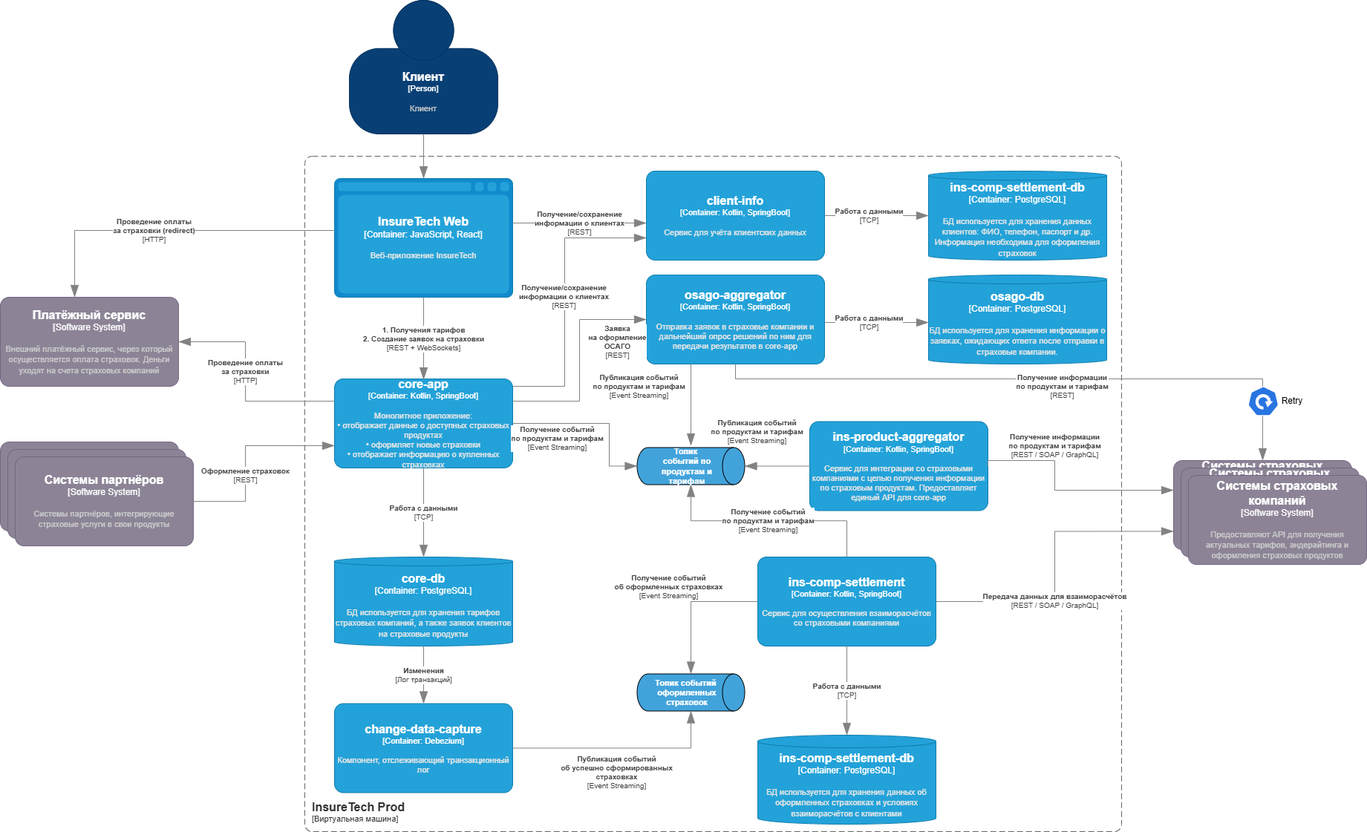
Above: Task4/InsureTech_C4_сontainer-diagram_task4.png in MaximStovba/architecture-insuretech (draw.io), before the change. Source tidied: cells renumbered, new cells last; positions are measured from the earlier drawing's top-left corner, leaving out a move shared by most shapes.
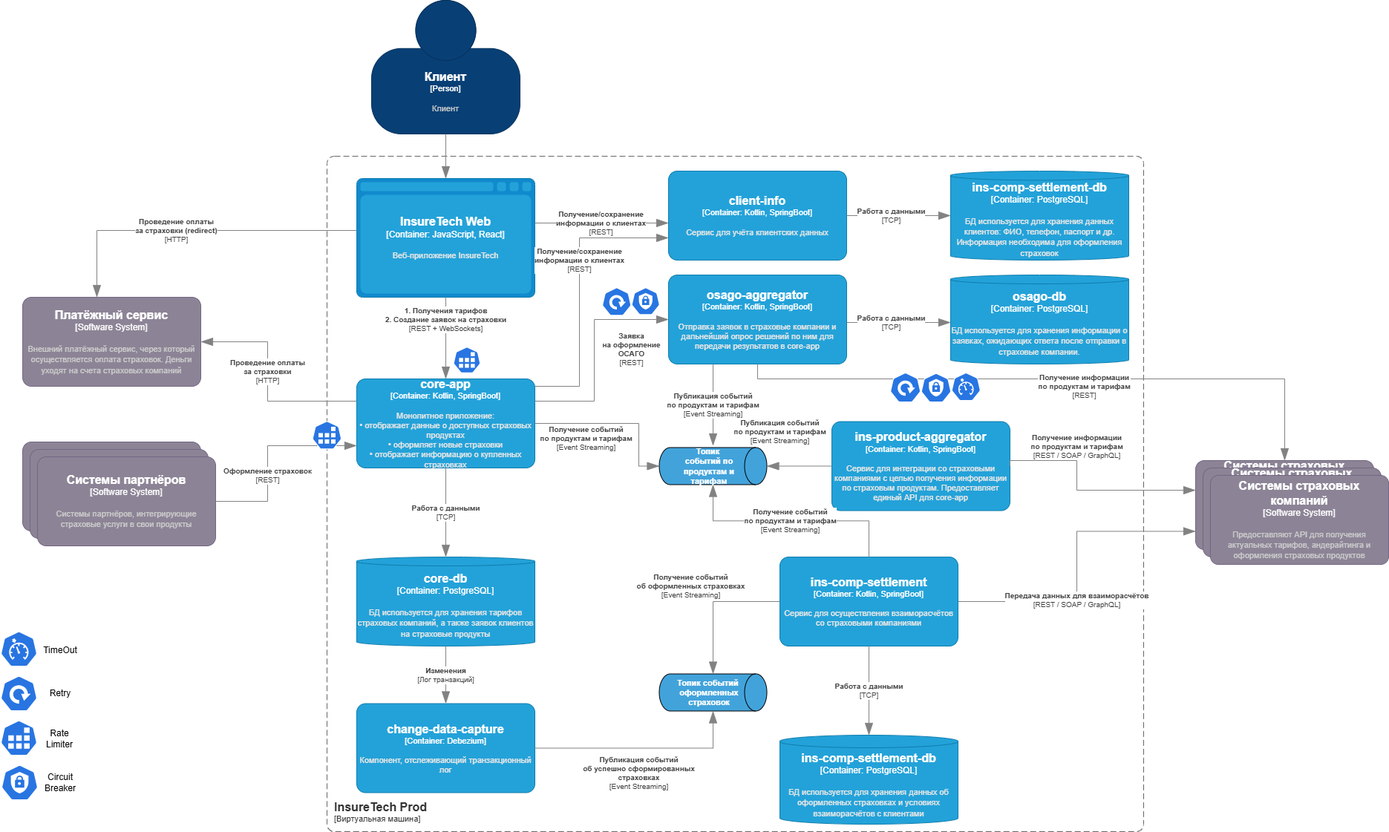
The same diagram one commit later.

Change to the diagram source:
```diff
@@ -23,12 +23,9 @@
       </mxCell>
     </object>
     <object id="6" label="&lt;div style=&quot;text-align: left&quot;&gt;&lt;div style=&quot;text-align: center&quot;&gt;&lt;b&gt;%c4Description%&lt;/b&gt;&lt;/div&gt;&lt;div style=&quot;text-align: center&quot;&gt;[%c4Technology%]&lt;/div&gt;&lt;/div&gt;" c4Description="1. Получения тарифов&#10;2. Создание заявок на страховки" c4Technology="REST + WebSockets" c4Type="Relationship" placeholders="1">
-      <mxCell style="endArrow=blockThin;html=1;fontSize=10;fontColor=#404040;strokeWidth=1;endFill=1;strokeColor=#828282;elbow=vertical;endSize=14;startSize=14;jumpStyle=arc;jumpSize=16;rounded=0;edgeStyle=orthogonalEdgeStyle;exitX=0.5;exitY=1;exitDx=0;exitDy=0;exitPerimeter=0;" parent="1" edge="1" source="5">
-        <mxGeometry relative="1" as="geometry">
-          <mxPoint x="570" y="510" as="targetPoint" />
-          <Array as="points">
-            <mxPoint x="570" y="511" />
-          </Array>
+      <mxCell style="endArrow=blockThin;html=1;fontSize=10;fontColor=#404040;strokeWidth=1;endFill=1;strokeColor=#828282;elbow=vertical;endSize=14;startSize=14;jumpStyle=arc;jumpSize=16;rounded=0;edgeStyle=orthogonalEdgeStyle;exitX=0.5;exitY=1;exitDx=0;exitDy=0;exitPerimeter=0;" parent="1" edge="1" source="5" target="4">
+        <mxGeometry x="-0.46" relative="1" as="geometry">
+          <mxPoint y="1" as="offset" />
         </mxGeometry>
       </mxCell>
     </object>
@@ -96,11 +93,12 @@
     </object>
     <object id="17" label="&lt;div style=&quot;text-align: left&quot;&gt;&lt;div style=&quot;text-align: center&quot;&gt;&lt;b&gt;%c4Description%&lt;/b&gt;&lt;/div&gt;&lt;div style=&quot;text-align: center&quot;&gt;[%c4Technology%]&lt;/div&gt;&lt;/div&gt;" c4Description="Получение событий&#10;по продуктам и тарифам" c4Technology="Event Streaming" c4Type="Relationship" placeholders="1">
       <mxCell style="endArrow=blockThin;html=1;fontSize=10;fontColor=#404040;strokeWidth=1;endFill=1;strokeColor=#828282;elbow=vertical;endSize=14;startSize=14;jumpStyle=arc;jumpSize=16;rounded=0;edgeStyle=orthogonalEdgeStyle;entryX=0.5;entryY=1;entryDx=0;entryDy=0;entryPerimeter=0;" parent="1" edge="1" source="4" target="34">
-        <mxGeometry x="-0.47" y="-20" relative="1" as="geometry">
+        <mxGeometry x="-0.38" y="-20" relative="1" as="geometry">
           <Array as="points">
-            <mxPoint x="820" y="570" />
-            <mxPoint x="820" y="627" />
+            <mxPoint x="830" y="570" />
+            <mxPoint x="830" y="627" />
           </Array>
+          <mxPoint x="-1" as="offset" />
         </mxGeometry>
       </mxCell>
     </object>
@@ -197,13 +195,12 @@
     </object>
     <object id="32" label="&lt;div style=&quot;text-align: left&quot;&gt;&lt;div style=&quot;text-align: center&quot;&gt;&lt;b&gt;%c4Description%&lt;/b&gt;&lt;/div&gt;&lt;div style=&quot;text-align: center&quot;&gt;[%c4Technology%]&lt;/div&gt;&lt;/div&gt;" c4Description="Получение/сохранение &#10;информации о клиентах" c4Technology="REST" c4Type="Relationship" placeholders="1">
       <mxCell style="endArrow=blockThin;html=1;fontSize=10;fontColor=#404040;strokeWidth=1;endFill=1;strokeColor=#828282;elbow=vertical;endSize=14;startSize=14;jumpStyle=arc;jumpSize=16;rounded=0;edgeStyle=orthogonalEdgeStyle;entryX=0;entryY=0.75;entryDx=0;entryDy=0;entryPerimeter=0;" parent="1" edge="1" target="29">
-        <mxGeometry relative="1" as="geometry">
+        <mxGeometry x="0.21" relative="1" as="geometry">
           <mxPoint x="690" y="520" as="sourcePoint" />
           <Array as="points">
-            <mxPoint x="760" y="520" />
-            <mxPoint x="760" y="320" />
+            <mxPoint x="750" y="520" />
+            <mxPoint x="750" y="320" />
           </Array>
-          <mxPoint x="-1" as="offset" />
         </mxGeometry>
       </mxCell>
     </object>
@@ -279,28 +276,66 @@
       </mxCell>
     </object>
     <mxCell id="46" style="sketch=0;html=1;dashed=0;whitespace=wrap;verticalLabelPosition=bottom;verticalAlign=top;fillColor=#2875E2;strokeColor=#ffffff;shape=mxgraph.kubernetes.icon2;prIcon=deploy;" parent="1" vertex="1">
-      <mxGeometry x="1680" y="520" width="41.7" height="40" as="geometry" />
+      <mxGeometry x="1168.3" y="501.6" width="41.7" height="40" as="geometry" />
     </mxCell>
-    <mxCell id="47" value="Retry" style="text;html=1;align=center;verticalAlign=middle;whiteSpace=wrap;rounded=0;" parent="1" vertex="1">
-      <mxGeometry x="1710" y="525" width="60" height="30" as="geometry" />
-    </mxCell>
     <object id="48" label="&lt;div style=&quot;text-align: left&quot;&gt;&lt;div style=&quot;text-align: center&quot;&gt;&lt;b&gt;%c4Description%&lt;/b&gt;&lt;/div&gt;&lt;div style=&quot;text-align: center&quot;&gt;[%c4Technology%]&lt;/div&gt;&lt;/div&gt;" c4Description="Заявка &#10;на оформление &#10;ОСАГО" c4Technology="REST" c4Type="Relationship" placeholders="1">
       <mxCell style="endArrow=blockThin;html=1;fontSize=10;fontColor=#404040;strokeWidth=1;endFill=1;strokeColor=#828282;elbow=vertical;endSize=14;startSize=14;jumpStyle=arc;jumpSize=16;rounded=0;edgeStyle=orthogonalEdgeStyle;entryX=0;entryY=0.5;entryDx=0;entryDy=0;entryPerimeter=0;exitX=1;exitY=0.25;exitDx=0;exitDy=0;exitPerimeter=0;" parent="1" edge="1" source="4" target="42">
-        <mxGeometry x="0.73" y="-30" relative="1" as="geometry">
+        <mxGeometry x="0.66" y="-40" relative="1" as="geometry">
           <Array as="points">
-            <mxPoint x="780" y="540" />
-            <mxPoint x="780" y="430" />
+            <mxPoint x="770" y="540" />
+            <mxPoint x="770" y="430" />
           </Array>
         </mxGeometry>
       </mxCell>
     </object>
     <object id="49" label="&lt;div style=&quot;text-align: left&quot;&gt;&lt;div style=&quot;text-align: center&quot;&gt;&lt;b&gt;%c4Description%&lt;/b&gt;&lt;/div&gt;&lt;div style=&quot;text-align: center&quot;&gt;[%c4Technology%]&lt;/div&gt;&lt;/div&gt;" c4Description="Публикация событий&#10;по продуктам и тарифам" c4Technology="Event Streaming" c4Type="Relationship" placeholders="1">
       <mxCell style="endArrow=blockThin;html=1;fontSize=10;fontColor=#404040;strokeWidth=1;endFill=1;strokeColor=#828282;elbow=vertical;endSize=14;startSize=14;jumpStyle=arc;jumpSize=16;rounded=0;edgeStyle=orthogonalEdgeStyle;exitX=0.25;exitY=1;exitDx=0;exitDy=0;exitPerimeter=0;" parent="1" edge="1" source="42">
-        <mxGeometry x="-0.46" y="-70" relative="1" as="geometry">
+        <mxGeometry x="-0.01" relative="1" as="geometry">
           <mxPoint x="930" y="600" as="targetPoint" />
-          <mxPoint y="1" as="offset" />
         </mxGeometry>
       </mxCell>
     </object>
+    <mxCell id="50" style="sketch=0;html=1;dashed=0;whitespace=wrap;verticalLabelPosition=bottom;verticalAlign=top;fillColor=#2875E2;strokeColor=#ffffff;shape=mxgraph.kubernetes.icon2;prIcon=job;" parent="1" vertex="1">
+      <mxGeometry x="390" y="566.7" width="39.9" height="38.3" as="geometry" />
+    </mxCell>
+    <mxCell id="51" style="sketch=0;html=1;dashed=0;whitespace=wrap;verticalLabelPosition=bottom;verticalAlign=top;fillColor=#2875E2;strokeColor=#ffffff;shape=mxgraph.kubernetes.icon2;prIcon=deploy;" parent="1" vertex="1">
+      <mxGeometry x="-30" y="910" width="50" height="48" as="geometry" />
+    </mxCell>
+    <mxCell id="52" style="sketch=0;html=1;dashed=0;whitespace=wrap;verticalLabelPosition=bottom;verticalAlign=top;fillColor=#2875E2;strokeColor=#ffffff;shape=mxgraph.kubernetes.icon2;prIcon=quota;" parent="1" vertex="1">
+      <mxGeometry x="-30" y="850" width="50" height="48" as="geometry" />
+    </mxCell>
+    <mxCell id="53" style="sketch=0;html=1;dashed=0;whitespace=wrap;verticalLabelPosition=bottom;verticalAlign=top;fillColor=#2875E2;strokeColor=#ffffff;shape=mxgraph.kubernetes.icon2;prIcon=job;" parent="1" vertex="1">
+      <mxGeometry x="-30" y="970" width="50" height="48" as="geometry" />
+    </mxCell>
+    <mxCell id="54" style="sketch=0;html=1;dashed=0;whitespace=wrap;verticalLabelPosition=bottom;verticalAlign=top;fillColor=#2875E2;strokeColor=#ffffff;shape=mxgraph.kubernetes.icon2;prIcon=c_role;" parent="1" vertex="1">
+      <mxGeometry x="-29" y="1030" width="50" height="48" as="geometry" />
+    </mxCell>
+    <mxCell id="55" value="TimeOut" style="text;html=1;align=center;verticalAlign=middle;whiteSpace=wrap;rounded=0;" parent="1" vertex="1">
+      <mxGeometry x="21" y="861" width="60" height="30" as="geometry" />
+    </mxCell>
+    <mxCell id="47" value="Retry" style="text;html=1;align=center;verticalAlign=middle;whiteSpace=wrap;rounded=0;" parent="1" vertex="1">
+      <mxGeometry x="21" y="919" width="60" height="30" as="geometry" />
+    </mxCell>
+    <mxCell id="56" value="Rate Limiter" style="text;html=1;align=center;verticalAlign=middle;whiteSpace=wrap;rounded=0;" parent="1" vertex="1">
+      <mxGeometry x="20" y="980" width="60" height="30" as="geometry" />
+    </mxCell>
+    <mxCell id="57" value="Circuit Breaker" style="text;html=1;align=center;verticalAlign=middle;whiteSpace=wrap;rounded=0;" parent="1" vertex="1">
+      <mxGeometry x="21" y="1039" width="60" height="30" as="geometry" />
+    </mxCell>
+    <mxCell id="58" style="sketch=0;html=1;dashed=0;whitespace=wrap;verticalLabelPosition=bottom;verticalAlign=top;fillColor=#2875E2;strokeColor=#ffffff;shape=mxgraph.kubernetes.icon2;prIcon=c_role;" parent="1" vertex="1">
+      <mxGeometry x="1210" y="502.2" width="41" height="39.4" as="geometry" />
+    </mxCell>
+    <mxCell id="59" style="sketch=0;html=1;dashed=0;whitespace=wrap;verticalLabelPosition=bottom;verticalAlign=top;fillColor=#2875E2;strokeColor=#ffffff;shape=mxgraph.kubernetes.icon2;prIcon=job;" parent="1" vertex="1">
+      <mxGeometry x="580" y="466.8" width="36.9" height="35.4" as="geometry" />
+    </mxCell>
+    <mxCell id="60" style="sketch=0;html=1;dashed=0;whitespace=wrap;verticalLabelPosition=bottom;verticalAlign=top;fillColor=#2875E2;strokeColor=#ffffff;shape=mxgraph.kubernetes.icon2;prIcon=c_role;" parent="1" vertex="1">
+      <mxGeometry x="820" y="386.9" width="38.4" height="36.9" as="geometry" />
+    </mxCell>
+    <mxCell id="61" style="sketch=0;html=1;dashed=0;whitespace=wrap;verticalLabelPosition=bottom;verticalAlign=top;fillColor=#2875E2;strokeColor=#ffffff;shape=mxgraph.kubernetes.icon2;prIcon=deploy;" parent="1" vertex="1">
+      <mxGeometry x="780.4" y="386.9" width="39.6" height="38" as="geometry" />
+    </mxCell>
+    <mxCell id="62" style="sketch=0;html=1;dashed=0;whitespace=wrap;verticalLabelPosition=bottom;verticalAlign=top;fillColor=#2875E2;strokeColor=#ffffff;shape=mxgraph.kubernetes.icon2;prIcon=quota;" parent="1" vertex="1">
+      <mxGeometry x="1251" y="501.6" width="39.6" height="38" as="geometry" />
+    </mxCell>
   </root>
 </mxGraphModel>
```
